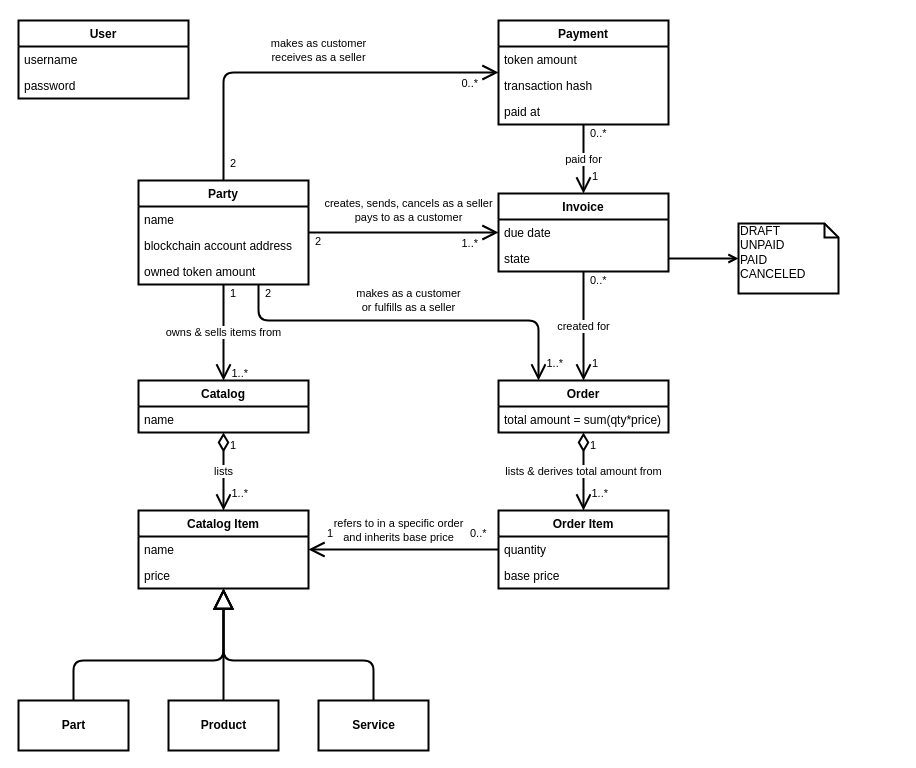
Above: page "Domain Model" (3 of 8) of docs/Chainvoice Diagrams.drawio in ashapochka/chainvoice (draw.io), before the change. Source tidied: cells renumbered, new cells numbered last; positions are measured from the earlier drawing's top-left corner, leaving out a move shared by most shapes. Both pictures are drawn from the tidied source at 100%, with x=0, y=0 at pixel (18, 20).
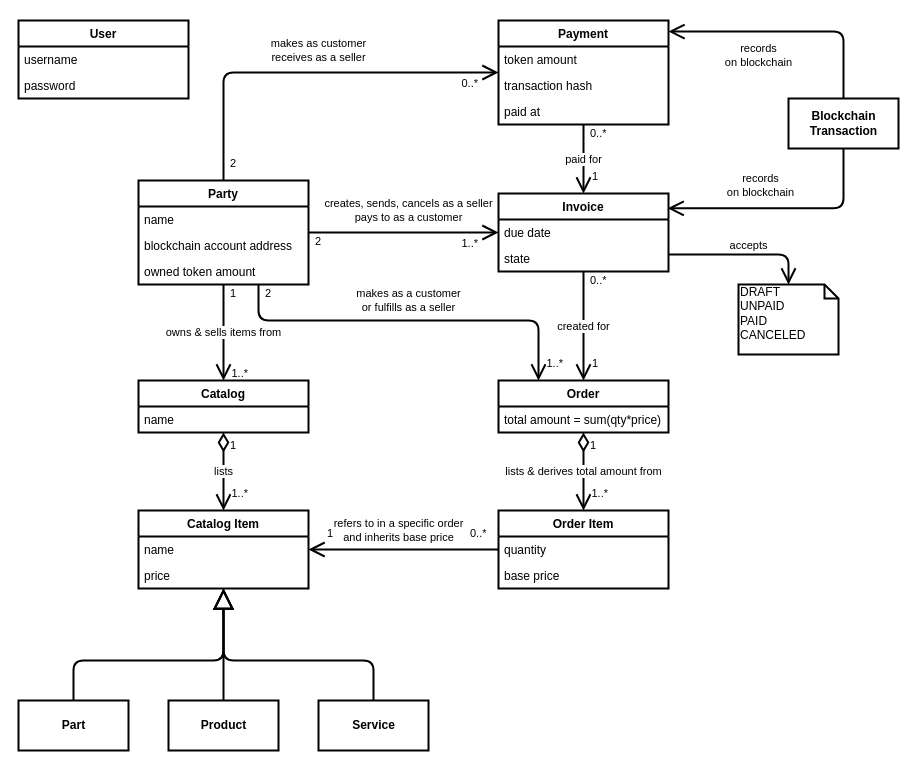
The same diagram, later.

The change refers to these unchanged cells:
```xml
<mxCell id="51" value="Invoice" style="swimlane;fontStyle=1;horizontal=1;startSize=26;fillColor=none;strokeColor=#000000;strokeWidth=2;" parent="1" vertex="1">
  <mxGeometry x="480" y="173" width="170" height="78" as="geometry" />
</mxCell>
<mxCell id="53" value="state" style="text;strokeColor=none;fillColor=none;align=left;verticalAlign=top;spacingLeft=4;spacingRight=4;overflow=hidden;points=[[0,0.5],[1,0.5]];portConstraint=eastwest;" parent="51" vertex="1">
  <mxGeometry y="52" width="170" height="26" as="geometry" />
</mxCell>
<mxCell id="54" value="Payment" style="swimlane;fontStyle=1;horizontal=1;startSize=26;fillColor=none;strokeColor=#000000;strokeWidth=2;" parent="1" vertex="1">
  <mxGeometry x="480" width="170" height="104" as="geometry" />
</mxCell>
```

The edit, as a diff of the source:
```diff
@@
     <mxCell id="20" value="&lt;span&gt;DRAFT&lt;br&gt;UNPAID&lt;br&gt;PAID&lt;br&gt;CANCELED&lt;/span&gt;" style="shape=note;whiteSpace=wrap;html=1;size=14;verticalAlign=top;align=left;spacingTop=-6;strokeColor=#000000;strokeWidth=2;" parent="1" vertex="1">
-      <mxGeometry x="720" y="203" width="100" height="70" as="geometry" />
+      <mxGeometry x="720" y="264" width="100" height="70" as="geometry" />
     </mxCell>
-    <mxCell id="21" style="edgeStyle=orthogonalEdgeStyle;rounded=0;jettySize=auto;html=1;startArrow=none;startFill=0;endArrow=open;endFill=0;strokeColor=#000000;strokeWidth=2;" parent="1" edge="1" source="53" target="20">
-      <mxGeometry relative="1" as="geometry" />
+    <mxCell id="21" value="accepts" style="edgeStyle=orthogonalEdgeStyle;rounded=1;jettySize=auto;html=1;startArrow=none;endArrow=open;endFill=1;strokeColor=#000000;strokeWidth=2;endSize=12;" parent="1" edge="1" source="53" target="20">
+      <mxGeometry x="0.07" y="9" relative="1" as="geometry">
+        <Array as="points">
+          <mxPoint x="770" y="234" />
+        </Array>
+      </mxGeometry>
     </mxCell>
@@
+    <mxCell id="61" value="&lt;b&gt;Blockchain&lt;br&gt;Transaction&lt;/b&gt;" style="html=1;strokeColor=#000000;strokeWidth=2;" parent="1" vertex="1">
+      <mxGeometry x="770" y="78" width="110" height="50" as="geometry" />
+    </mxCell>
+    <mxCell id="62" value="records&lt;br&gt;on blockchain" style="endArrow=open;endFill=1;endSize=12;html=1;strokeColor=#000000;strokeWidth=2;edgeStyle=orthogonalEdgeStyle;entryX=1;entryY=0.106;entryDx=0;entryDy=0;entryPerimeter=0;" parent="1" edge="1" source="61" target="54">
+      <mxGeometry x="0.26" y="24" relative="1" as="geometry">
+        <Array as="points">
+          <mxPoint x="825" y="11" />
+        </Array>
+      </mxGeometry>
+    </mxCell>
+    <mxCell id="63" value="records&lt;br&gt;on blockchain" style="endArrow=open;endFill=1;endSize=12;html=1;strokeColor=#000000;strokeWidth=2;edgeStyle=orthogonalEdgeStyle;entryX=0.995;entryY=0.19;entryDx=0;entryDy=0;exitX=0.5;exitY=1;exitDx=0;exitDy=0;entryPerimeter=0;" parent="1" edge="1" source="61" target="51">
+      <mxGeometry x="0.21" y="-23" relative="1" as="geometry" />
+    </mxCell>
```
